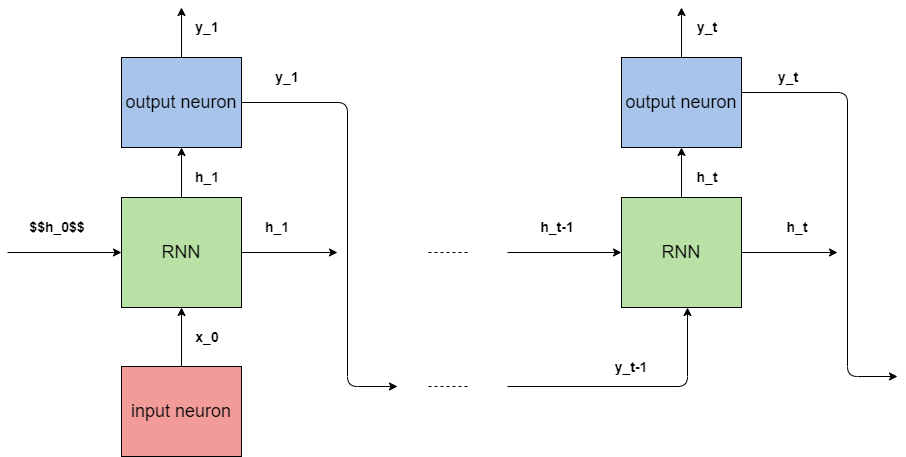
Above: images/Decoder.png in paskymail/paskymail.github.io (draw.io), before the change. Source tidied: cells renumbered, new cells last; positions are measured from the earlier drawing's top-left corner, leaving out a move shared by most shapes.
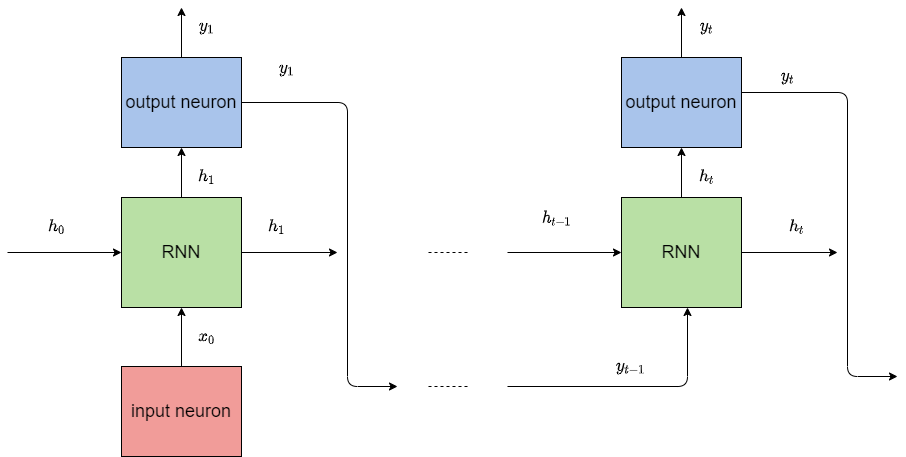
After the commit.

Diff of the diagram source:
```diff
@@ -1,4 +1,4 @@
-<mxGraphModel>
+<mxGraphModel math="1">
   <root>
     <mxCell id="0" />
     <mxCell id="1" parent="0" />
@@ -31,16 +31,16 @@
         <mxPoint y="245" as="sourcePoint" />
       </mxGeometry>
     </mxCell>
-    <mxCell id="9" value="&lt;font style=&quot;font-size: 14px&quot;&gt;&lt;b&gt;$$h_0$$&lt;/b&gt;&lt;/font&gt;" style="text;html=1;strokeColor=none;fillColor=none;align=center;verticalAlign=middle;whiteSpace=wrap;rounded=0;" parent="1" vertex="1">
+    <mxCell id="9" value="&lt;font style=&quot;font-size: 14px&quot;&gt;&lt;b&gt;$$h_{0}$$&lt;/b&gt;&lt;/font&gt;" style="text;html=1;strokeColor=none;fillColor=none;align=center;verticalAlign=middle;whiteSpace=wrap;rounded=0;" parent="1" vertex="1">
       <mxGeometry x="30" y="209" width="40" height="20" as="geometry" />
     </mxCell>
-    <mxCell id="10" value="&lt;font style=&quot;font-size: 14px&quot;&gt;&lt;b&gt;x_0&lt;/b&gt;&lt;/font&gt;" style="text;html=1;strokeColor=none;fillColor=none;align=center;verticalAlign=middle;whiteSpace=wrap;rounded=0;" parent="1" vertex="1">
+    <mxCell id="10" value="&lt;font style=&quot;font-size: 14px&quot;&gt;&lt;b&gt;$$x_{0}$$&lt;/b&gt;&lt;/font&gt;" style="text;html=1;strokeColor=none;fillColor=none;align=center;verticalAlign=middle;whiteSpace=wrap;rounded=0;" parent="1" vertex="1">
       <mxGeometry x="180" y="319" width="40" height="20" as="geometry" />
     </mxCell>
-    <mxCell id="11" value="&lt;font style=&quot;font-size: 14px&quot;&gt;&lt;b&gt;h_1&lt;/b&gt;&lt;/font&gt;" style="text;html=1;strokeColor=none;fillColor=none;align=center;verticalAlign=middle;whiteSpace=wrap;rounded=0;" parent="1" vertex="1">
+    <mxCell id="11" value="&lt;font style=&quot;font-size: 14px&quot;&gt;&lt;b&gt;$$h_1$$&lt;/b&gt;&lt;/font&gt;" style="text;html=1;strokeColor=none;fillColor=none;align=center;verticalAlign=middle;whiteSpace=wrap;rounded=0;" parent="1" vertex="1">
       <mxGeometry x="180" y="159" width="40" height="20" as="geometry" />
     </mxCell>
-    <mxCell id="12" value="&lt;font style=&quot;font-size: 14px&quot;&gt;&lt;b&gt;y_1&lt;/b&gt;&lt;/font&gt;" style="text;html=1;strokeColor=none;fillColor=none;align=center;verticalAlign=middle;whiteSpace=wrap;rounded=0;" parent="1" vertex="1">
+    <mxCell id="12" value="&lt;font style=&quot;font-size: 14px&quot;&gt;&lt;b&gt;$$y_1$$&lt;/b&gt;&lt;/font&gt;" style="text;html=1;strokeColor=none;fillColor=none;align=center;verticalAlign=middle;whiteSpace=wrap;rounded=0;" parent="1" vertex="1">
       <mxGeometry x="180" y="9" width="40" height="20" as="geometry" />
     </mxCell>
     <mxCell id="13" value="&lt;font style=&quot;font-size: 18px&quot;&gt;input neuron&lt;/font&gt;" style="rounded=0;whiteSpace=wrap;html=1;fillColor=#F19C99;" parent="1" vertex="1">
@@ -65,16 +65,16 @@
         <mxPoint x="674" as="targetPoint" />
       </mxGeometry>
     </mxCell>
-    <mxCell id="19" value="&lt;font style=&quot;font-size: 14px&quot;&gt;&lt;b&gt;h_1&lt;/b&gt;&lt;/font&gt;" style="text;html=1;strokeColor=none;fillColor=none;align=center;verticalAlign=middle;whiteSpace=wrap;rounded=0;" parent="1" vertex="1">
+    <mxCell id="19" value="&lt;font style=&quot;font-size: 14px&quot;&gt;&lt;b&gt;$$h_1$$&lt;/b&gt;&lt;/font&gt;" style="text;html=1;strokeColor=none;fillColor=none;align=center;verticalAlign=middle;whiteSpace=wrap;rounded=0;" parent="1" vertex="1">
       <mxGeometry x="250" y="209" width="40" height="20" as="geometry" />
     </mxCell>
-    <mxCell id="20" value="&lt;font style=&quot;font-size: 14px&quot;&gt;&lt;b&gt;h_t&lt;/b&gt;&lt;/font&gt;" style="text;html=1;strokeColor=none;fillColor=none;align=center;verticalAlign=middle;whiteSpace=wrap;rounded=0;" parent="1" vertex="1">
+    <mxCell id="20" value="&lt;font style=&quot;font-size: 14px&quot;&gt;&lt;b&gt;$$h_t$$&lt;/b&gt;&lt;/font&gt;" style="text;html=1;strokeColor=none;fillColor=none;align=center;verticalAlign=middle;whiteSpace=wrap;rounded=0;" parent="1" vertex="1">
       <mxGeometry x="770" y="209" width="40" height="20" as="geometry" />
     </mxCell>
-    <mxCell id="21" value="&lt;font style=&quot;font-size: 14px&quot;&gt;&lt;b&gt;h_t&lt;/b&gt;&lt;/font&gt;" style="text;html=1;strokeColor=none;fillColor=none;align=center;verticalAlign=middle;whiteSpace=wrap;rounded=0;" parent="1" vertex="1">
+    <mxCell id="21" value="&lt;font style=&quot;font-size: 14px&quot;&gt;&lt;b&gt;$$h_t$$&lt;/b&gt;&lt;/font&gt;" style="text;html=1;strokeColor=none;fillColor=none;align=center;verticalAlign=middle;whiteSpace=wrap;rounded=0;" parent="1" vertex="1">
       <mxGeometry x="680" y="159" width="40" height="20" as="geometry" />
     </mxCell>
-    <mxCell id="22" value="&lt;font style=&quot;font-size: 14px&quot;&gt;&lt;b&gt;y_t&lt;/b&gt;&lt;/font&gt;" style="text;html=1;strokeColor=none;fillColor=none;align=center;verticalAlign=middle;whiteSpace=wrap;rounded=0;" parent="1" vertex="1">
+    <mxCell id="22" value="&lt;font style=&quot;font-size: 14px&quot;&gt;&lt;b&gt;$$y_t$$&lt;/b&gt;&lt;/font&gt;" style="text;html=1;strokeColor=none;fillColor=none;align=center;verticalAlign=middle;whiteSpace=wrap;rounded=0;" parent="1" vertex="1">
       <mxGeometry x="680" y="9" width="40" height="20" as="geometry" />
     </mxCell>
     <mxCell id="23" style="endArrow=classic;html=1;entryX=0;entryY=0.5;entryDx=0;entryDy=0;" parent="1" edge="1">
@@ -83,7 +83,7 @@
         <mxPoint x="614" y="245" as="targetPoint" />
       </mxGeometry>
     </mxCell>
-    <mxCell id="24" value="&lt;font style=&quot;font-size: 14px&quot;&gt;&lt;b&gt;h_t-1&lt;/b&gt;&lt;/font&gt;" style="text;html=1;strokeColor=none;fillColor=none;align=center;verticalAlign=middle;whiteSpace=wrap;rounded=0;" parent="1" vertex="1">
+    <mxCell id="24" value="&lt;font style=&quot;font-size: 14px&quot;&gt;&lt;b&gt;$$h_{t-1}$$&lt;br&gt;&lt;/b&gt;&lt;/font&gt;" style="text;html=1;strokeColor=none;fillColor=none;align=center;verticalAlign=middle;whiteSpace=wrap;rounded=0;" parent="1" vertex="1">
       <mxGeometry x="530" y="209" width="40" height="20" as="geometry" />
     </mxCell>
     <mxCell id="25" style="endArrow=classic;html=1;exitX=1;exitY=0.5;exitDx=0;exitDy=0;" parent="1" edge="1" source="5">
@@ -95,7 +95,7 @@
         </Array>
       </mxGeometry>
     </mxCell>
-    <mxCell id="26" value="&lt;font style=&quot;font-size: 14px&quot;&gt;&lt;b&gt;y_1&lt;/b&gt;&lt;/font&gt;" style="text;html=1;strokeColor=none;fillColor=none;align=center;verticalAlign=middle;whiteSpace=wrap;rounded=0;" parent="1" vertex="1">
+    <mxCell id="26" value="&lt;font style=&quot;font-size: 14px&quot;&gt;&lt;b&gt;$$y_1$$&lt;br&gt;&lt;/b&gt;&lt;/font&gt;" style="text;html=1;strokeColor=none;fillColor=none;align=center;verticalAlign=middle;whiteSpace=wrap;rounded=0;" parent="1" vertex="1">
       <mxGeometry x="260" y="59" width="40" height="20" as="geometry" />
     </mxCell>
     <mxCell id="27" style="endArrow=classic;html=1;" parent="1" edge="1">
@@ -107,7 +107,7 @@
         </Array>
       </mxGeometry>
     </mxCell>
-    <mxCell id="28" value="&lt;font style=&quot;font-size: 14px&quot;&gt;&lt;b&gt;y_t-1&lt;/b&gt;&lt;/font&gt;" style="text;html=1;strokeColor=none;fillColor=none;align=center;verticalAlign=middle;whiteSpace=wrap;rounded=0;" parent="1" vertex="1">
+    <mxCell id="28" value="&lt;font style=&quot;font-size: 14px&quot;&gt;&lt;b&gt;$$y_{t-1}$$&lt;/b&gt;&lt;/font&gt;" style="text;html=1;strokeColor=none;fillColor=none;align=center;verticalAlign=middle;whiteSpace=wrap;rounded=0;" parent="1" vertex="1">
       <mxGeometry x="604" y="349" width="40" height="20" as="geometry" />
     </mxCell>
     <mxCell id="29" style="endArrow=classic;html=1;exitX=1;exitY=0.5;exitDx=0;exitDy=0;" parent="1" edge="1">
@@ -120,7 +120,7 @@
         </Array>
       </mxGeometry>
     </mxCell>
-    <mxCell id="30" value="&lt;font style=&quot;font-size: 14px&quot;&gt;&lt;b&gt;y_t&lt;/b&gt;&lt;/font&gt;" style="text;html=1;strokeColor=none;fillColor=none;align=center;verticalAlign=middle;whiteSpace=wrap;rounded=0;" parent="1" vertex="1">
+    <mxCell id="30" value="&lt;font style=&quot;font-size: 14px&quot;&gt;&lt;b&gt;$$y_t$$&lt;/b&gt;&lt;/font&gt;" style="text;html=1;strokeColor=none;fillColor=none;align=center;verticalAlign=middle;whiteSpace=wrap;rounded=0;" parent="1" vertex="1">
       <mxGeometry x="761" y="59" width="40" height="20" as="geometry" />
     </mxCell>
     <mxCell id="31" style="endArrow=none;dashed=1;html=1;" parent="1" edge="1">
```
